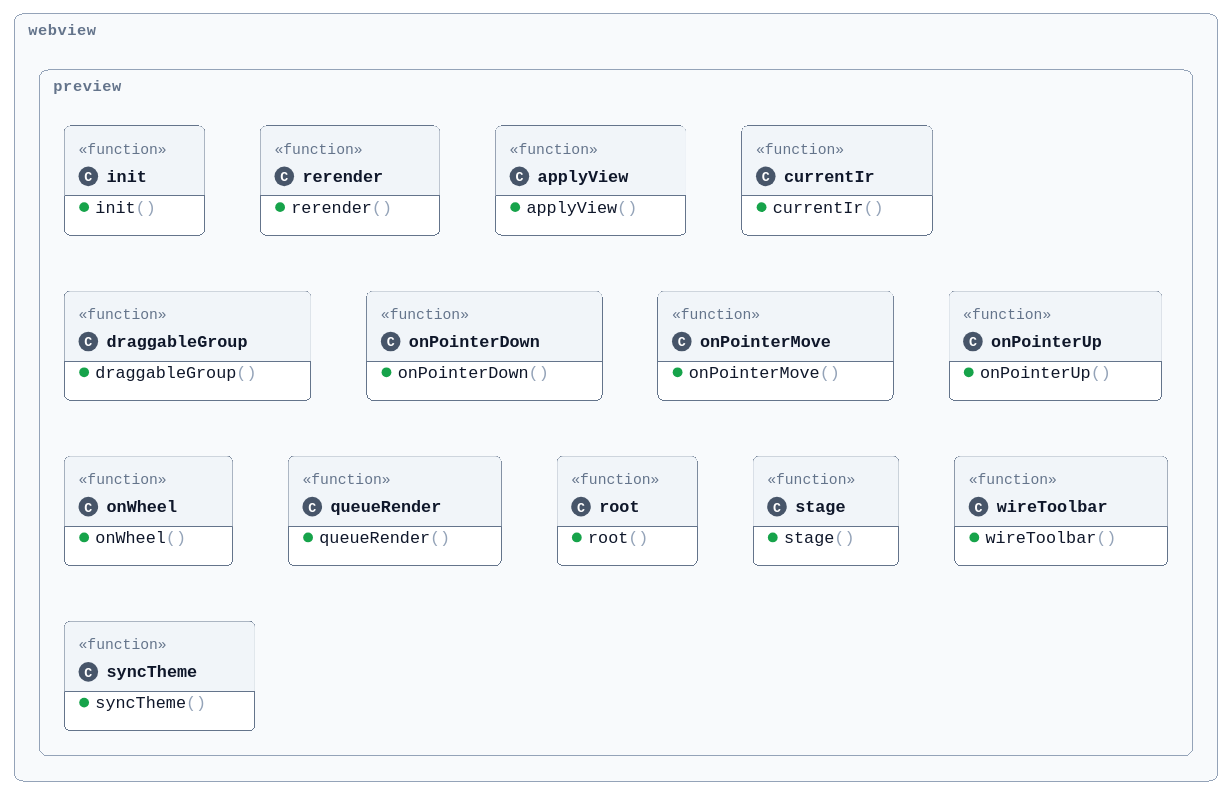
The PlantUML diagram doc/assets/CL_WebviewPreview.svg in derivasoftware/plantuml-vscode, before a commit. Its source is kept beside it as design/lld/webview/CL_WebviewPreview.puml.
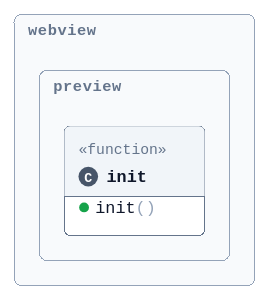
Above is the later version.

What changed in the source:
```diff
@@ -6,45 +6,6 @@
   class init <<function>> {
     + init()
   }
-  class rerender <<function>> {
-    + rerender()
-  }
-  class applyView <<function>> {
-    + applyView()
-  }
-  class currentIr <<function>> {
-    + currentIr()
-  }
-  class draggableGroup <<function>> {
-    + draggableGroup()
-  }
-  class onPointerDown <<function>> {
-    + onPointerDown()
-  }
-  class onPointerMove <<function>> {
-    + onPointerMove()
-  }
-  class onPointerUp <<function>> {
-    + onPointerUp()
-  }
-  class onWheel <<function>> {
-    + onWheel()
-  }
-  class queueRender <<function>> {
-    + queueRender()
-  }
-  class root <<function>> {
-    + root()
-  }
-  class stage <<function>> {
-    + stage()
-  }
-  class wireToolbar <<function>> {
-    + wireToolbar()
-  }
-  class syncTheme <<function>> {
-    + syncTheme()
-  }
 }
 
 !endsub
```
